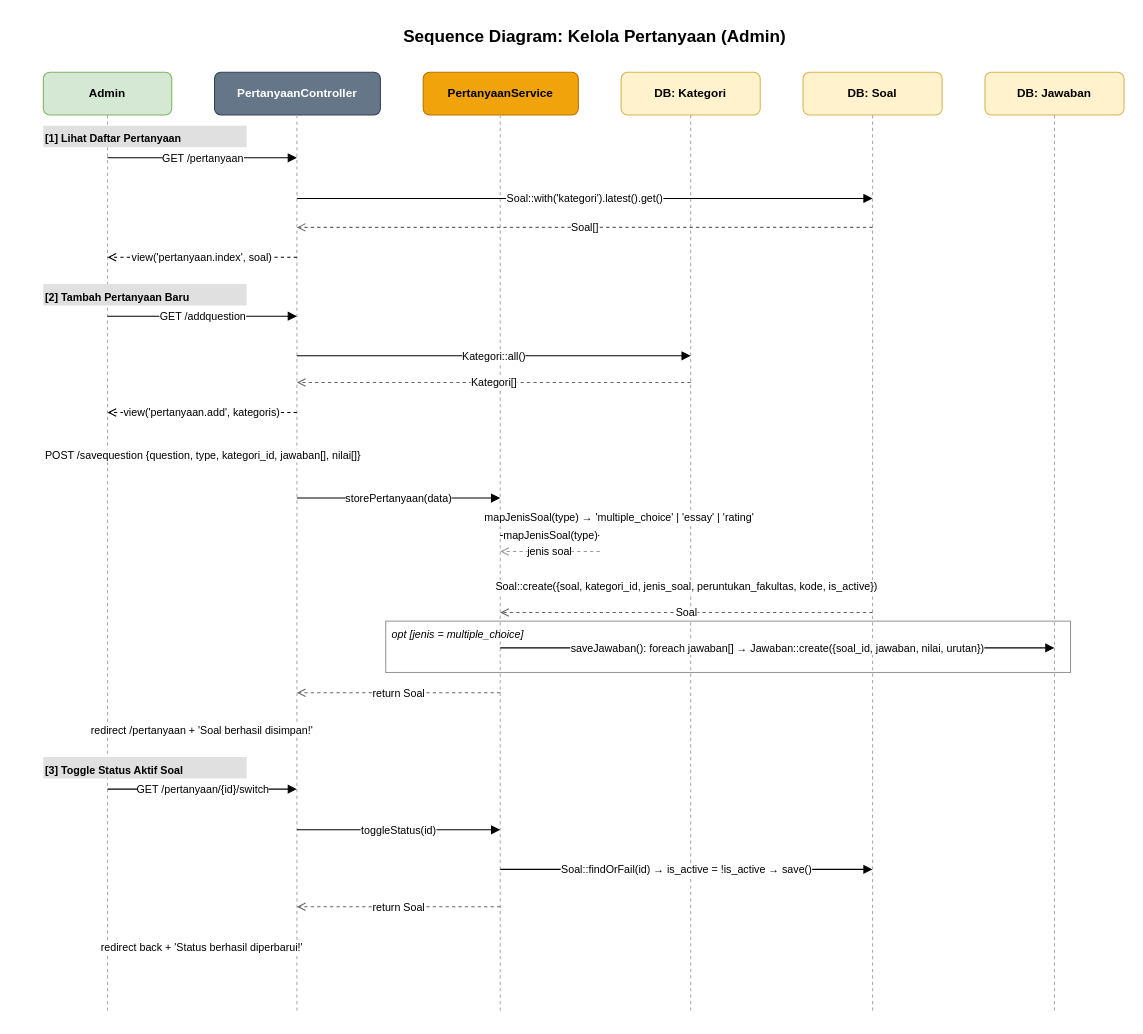
This is page "SD - Pengelolaan Pertanyaan" (4 of 5) of class-diagram.drawio from davidjuliussanjaya/spl, a draw.io file, before an edit. Source tidied: cells renumbered, new cells numbered last; positions are measured from the earlier drawing's top-left corner, leaving out a move shared by most shapes. Both pictures are drawn from the tidied source at 107%, with x=0, y=0 at pixel (43, 18).
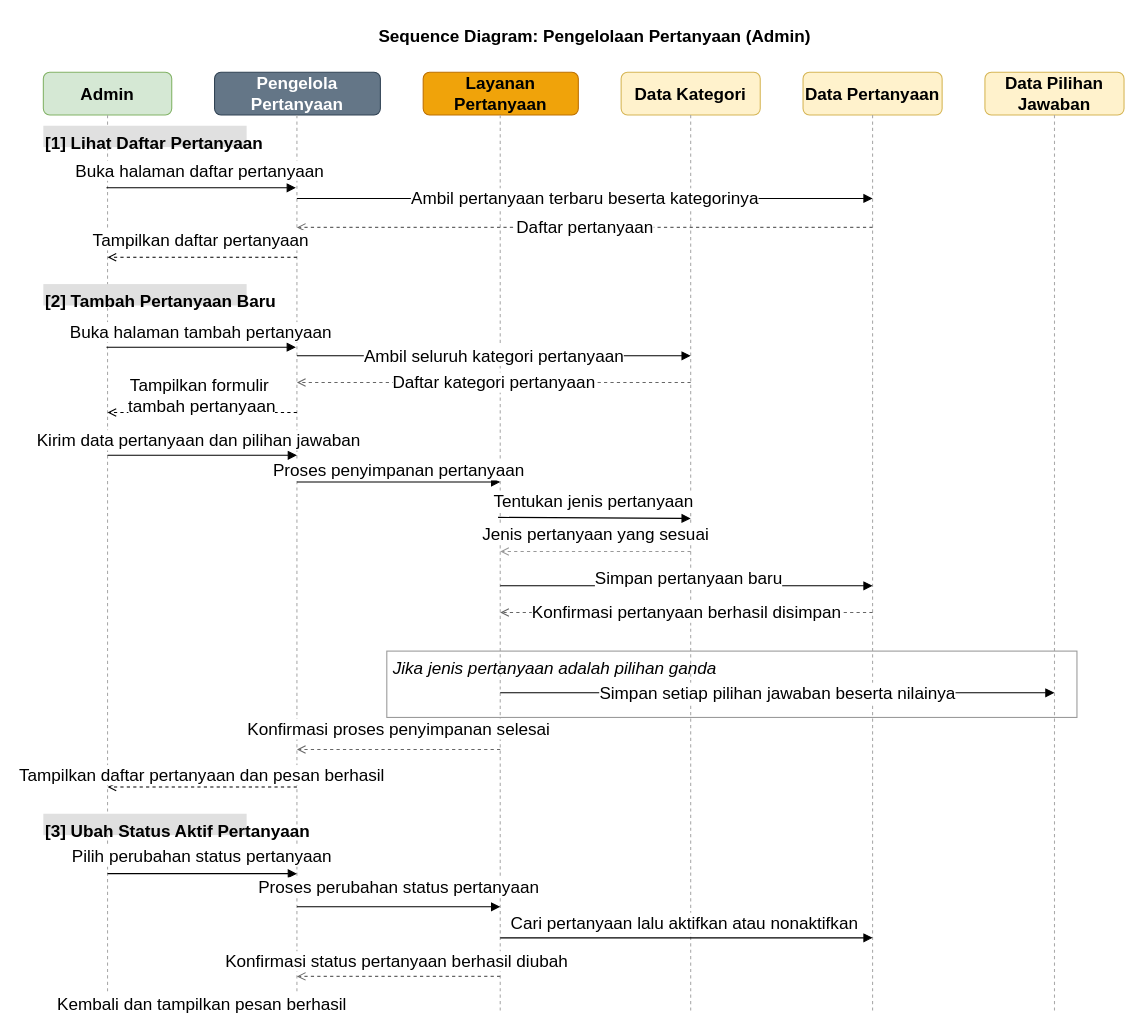
After the change.

Diff of the diagram source:
```diff
@@
-    <mxCell id="2" value="Sequence Diagram: Kelola Pertanyaan (Admin)" style="text;html=1;strokeColor=none;fillColor=none;align=center;fontSize=16;fontStyle=1;" parent="1" vertex="1">
+    <mxCell id="2" value="Sequence Diagram: Pengelolaan Pertanyaan (Admin)" style="text;html=1;strokeColor=none;fillColor=none;align=center;fontSize=16;fontStyle=1;" parent="1" vertex="1">
       <mxGeometry x="240" width="550" height="30" as="geometry" />
     </mxCell>
-    <mxCell id="3" value="Admin" style="rounded=1;whiteSpace=wrap;html=1;fillColor=#d5e8d4;strokeColor=#82b366;fontStyle=1;fontSize=11;" parent="1" vertex="1">
+    <mxCell id="3" value="Admin" style="rounded=1;whiteSpace=wrap;html=1;fillColor=#d5e8d4;strokeColor=#82b366;fontStyle=1;fontSize=16;" parent="1" vertex="1">
       <mxGeometry y="50" width="120" height="40" as="geometry" />
     </mxCell>
-    <mxCell id="4" value="PertanyaanController" style="rounded=1;whiteSpace=wrap;html=1;fillColor=#647687;fontColor=#ffffff;strokeColor=#314354;fontStyle=1;fontSize=11;" parent="1" vertex="1">
+    <mxCell id="4" value="Pengelola Pertanyaan" style="rounded=1;whiteSpace=wrap;html=1;fillColor=#647687;fontColor=#ffffff;strokeColor=#314354;fontStyle=1;fontSize=16;" parent="1" vertex="1">
       <mxGeometry x="160" y="50" width="155" height="40" as="geometry" />
     </mxCell>
-    <mxCell id="5" value="PertanyaanService" style="rounded=1;whiteSpace=wrap;html=1;fillColor=#f0a30a;fontColor=#000000;strokeColor=#BD7000;fontStyle=1;fontSize=11;" parent="1" vertex="1">
+    <mxCell id="5" value="Layanan Pertanyaan" style="rounded=1;whiteSpace=wrap;html=1;fillColor=#f0a30a;fontColor=#000000;strokeColor=#BD7000;fontStyle=1;fontSize=16;" parent="1" vertex="1">
       <mxGeometry x="355" y="50" width="145" height="40" as="geometry" />
     </mxCell>
-    <mxCell id="6" value="DB: Kategori" style="rounded=1;whiteSpace=wrap;html=1;fillColor=#fff2cc;strokeColor=#d6b656;fontStyle=1;fontSize=11;" parent="1" vertex="1">
+    <mxCell id="6" value="Data Kategori" style="rounded=1;whiteSpace=wrap;html=1;fillColor=#fff2cc;strokeColor=#d6b656;fontStyle=1;fontSize=16;" parent="1" vertex="1">
       <mxGeometry x="540" y="50" width="130" height="40" as="geometry" />
     </mxCell>
-    <mxCell id="7" value="DB: Soal" style="rounded=1;whiteSpace=wrap;html=1;fillColor=#fff2cc;strokeColor=#d6b656;fontStyle=1;fontSize=11;" parent="1" vertex="1">
+    <mxCell id="7" value="Data Pertanyaan" style="rounded=1;whiteSpace=wrap;html=1;fillColor=#fff2cc;strokeColor=#d6b656;fontStyle=1;fontSize=16;" parent="1" vertex="1">
       <mxGeometry x="710" y="50" width="130" height="40" as="geometry" />
     </mxCell>
-    <mxCell id="8" value="DB: Jawaban" style="rounded=1;whiteSpace=wrap;html=1;fillColor=#fff2cc;strokeColor=#d6b656;fontStyle=1;fontSize=11;" parent="1" vertex="1">
+    <mxCell id="8" value="Data Pilihan Jawaban" style="rounded=1;whiteSpace=wrap;html=1;fillColor=#fff2cc;strokeColor=#d6b656;fontStyle=1;fontSize=16;" parent="1" vertex="1">
       <mxGeometry x="880" y="50" width="130" height="40" as="geometry" />
     </mxCell>
-    <mxCell id="9" style="endArrow=none;dashed=1;html=1;strokeColor=#aaaaaa;" parent="1" edge="1">
+    <mxCell id="9" style="endArrow=none;dashed=1;html=1;strokeColor=#aaaaaa;fontSize=16;" parent="1" edge="1">
       <mxGeometry relative="1" as="geometry">
         <mxPoint x="60" y="90" as="sourcePoint" />
         <mxPoint x="60" y="930" as="targetPoint" />
       </mxGeometry>
     </mxCell>
-    <mxCell id="10" style="endArrow=none;dashed=1;html=1;strokeColor=#aaaaaa;" parent="1" edge="1">
+    <mxCell id="10" style="endArrow=none;dashed=1;html=1;strokeColor=#aaaaaa;fontSize=16;" parent="1" edge="1">
       <mxGeometry relative="1" as="geometry">
         <mxPoint x="237" y="90" as="sourcePoint" />
         <mxPoint x="237" y="930" as="targetPoint" />
       </mxGeometry>
     </mxCell>
-    <mxCell id="11" style="endArrow=none;dashed=1;html=1;strokeColor=#aaaaaa;" parent="1" edge="1">
+    <mxCell id="11" style="endArrow=none;dashed=1;html=1;strokeColor=#aaaaaa;fontSize=16;" parent="1" edge="1">
       <mxGeometry relative="1" as="geometry">
         <mxPoint x="427" y="90" as="sourcePoint" />
         <mxPoint x="427" y="930" as="targetPoint" />
       </mxGeometry>
     </mxCell>
-    <mxCell id="12" style="endArrow=none;dashed=1;html=1;strokeColor=#aaaaaa;" parent="1" edge="1">
+    <mxCell id="12" style="endArrow=none;dashed=1;html=1;strokeColor=#aaaaaa;fontSize=16;" parent="1" edge="1">
       <mxGeometry relative="1" as="geometry">
         <mxPoint x="605" y="90" as="sourcePoint" />
         <mxPoint x="605" y="930" as="targetPoint" />
       </mxGeometry>
     </mxCell>
-    <mxCell id="13" style="endArrow=none;dashed=1;html=1;strokeColor=#aaaaaa;" parent="1" edge="1">
+    <mxCell id="13" style="endArrow=none;dashed=1;html=1;strokeColor=#aaaaaa;fontSize=16;" parent="1" edge="1">
       <mxGeometry relative="1" as="geometry">
         <mxPoint x="775" y="90" as="sourcePoint" />
         <mxPoint x="775" y="930" as="targetPoint" />
       </mxGeometry>
     </mxCell>
-    <mxCell id="14" style="endArrow=none;dashed=1;html=1;strokeColor=#aaaaaa;" parent="1" edge="1">
+    <mxCell id="14" style="endArrow=none;dashed=1;html=1;strokeColor=#aaaaaa;fontSize=16;" parent="1" edge="1">
       <mxGeometry relative="1" as="geometry">
         <mxPoint x="945" y="90" as="sourcePoint" />
         <mxPoint x="945" y="930" as="targetPoint" />
       </mxGeometry>
     </mxCell>
-    <mxCell id="15" value="[1] Lihat Daftar Pertanyaan" style="text;html=1;strokeColor=none;fillColor=#e0e0e0;fontStyle=1;fontSize=10;align=left;" parent="1" vertex="1">
+    <mxCell id="15" value="[1] Lihat Daftar Pertanyaan" style="text;html=1;strokeColor=none;fillColor=#e0e0e0;fontStyle=1;fontSize=16;align=left;" parent="1" vertex="1">
       <mxGeometry y="100" width="190" height="20" as="geometry" />
     </mxCell>
-    <mxCell id="16" value="GET /pertanyaan" style="endArrow=block;endFill=1;fontSize=10;html=1;" parent="1" edge="1">
-      <mxGeometry relative="1" as="geometry">
-        <mxPoint x="60" y="130" as="sourcePoint" />
-        <mxPoint x="237" y="130" as="targetPoint" />
+    <mxCell id="16" value="Buka halaman daftar pertanyaan" style="endArrow=block;endFill=1;fontSize=16;html=1;" parent="1" edge="1">
+      <mxGeometry x="-0.02" y="16" relative="1" as="geometry">
+        <mxPoint x="59" y="158" as="sourcePoint" />
+        <mxPoint x="236" y="158" as="targetPoint" />
       </mxGeometry>
     </mxCell>
-    <mxCell id="17" value="Soal::with('kategori').latest().get()" style="endArrow=block;endFill=1;fontSize=10;html=1;" parent="1" edge="1">
+    <mxCell id="17" value="Ambil pertanyaan terbaru beserta kategorinya" style="endArrow=block;endFill=1;fontSize=16;html=1;" parent="1" edge="1">
       <mxGeometry relative="1" as="geometry">
         <mxPoint x="237" y="168" as="sourcePoint" />
         <mxPoint x="775" y="168" as="targetPoint" />
       </mxGeometry>
     </mxCell>
-    <mxCell id="18" value="Soal[]" style="endArrow=open;endFill=0;dashed=1;fontSize=10;html=1;strokeColor=#666666;" parent="1" edge="1">
+    <mxCell id="18" value="Daftar pertanyaan" style="endArrow=open;endFill=0;dashed=1;fontSize=16;html=1;strokeColor=#666666;" parent="1" edge="1">
       <mxGeometry relative="1" as="geometry">
         <mxPoint x="775" y="195" as="sourcePoint" />
         <mxPoint x="237" y="195" as="targetPoint" />
       </mxGeometry>
     </mxCell>
-    <mxCell id="19" value="view('pertanyaan.index', soal)" style="endArrow=open;endFill=0;dashed=1;fontSize=10;html=1;" parent="1" edge="1">
-      <mxGeometry relative="1" as="geometry">
+    <mxCell id="19" value="Tampilkan daftar pertanyaan" style="endArrow=open;endFill=0;dashed=1;fontSize=16;html=1;" parent="1" edge="1">
+      <mxGeometry x="0.02" y="-16" relative="1" as="geometry">
         <mxPoint x="237" y="223" as="sourcePoint" />
         <mxPoint x="60" y="223" as="targetPoint" />
       </mxGeometry>
     </mxCell>
-    <mxCell id="20" value="[2] Tambah Pertanyaan Baru" style="text;html=1;strokeColor=none;fillColor=#e0e0e0;fontStyle=1;fontSize=10;align=left;" parent="1" vertex="1">
+    <mxCell id="20" value="[2] Tambah Pertanyaan Baru" style="text;html=1;strokeColor=none;fillColor=#e0e0e0;fontStyle=1;fontSize=16;align=left;" parent="1" vertex="1">
       <mxGeometry y="248" width="190" height="20" as="geometry" />
     </mxCell>
-    <mxCell id="21" value="GET /addquestion" style="endArrow=block;endFill=1;fontSize=10;html=1;" parent="1" edge="1">
-      <mxGeometry relative="1" as="geometry">
-        <mxPoint x="60" y="278" as="sourcePoint" />
-        <mxPoint x="237" y="278" as="targetPoint" />
+    <mxCell id="21" value="Buka halaman tambah pertanyaan" style="endArrow=block;endFill=1;fontSize=16;html=1;" parent="1" edge="1">
+      <mxGeometry x="-0.01" y="14" relative="1" as="geometry">
+        <mxPoint x="59" y="307" as="sourcePoint" />
+        <mxPoint x="236" y="307" as="targetPoint" />
       </mxGeometry>
     </mxCell>
-    <mxCell id="22" value="Kategori::all()" style="endArrow=block;endFill=1;fontSize=10;html=1;" parent="1" edge="1">
+    <mxCell id="22" value="Ambil seluruh kategori pertanyaan" style="endArrow=block;endFill=1;fontSize=16;html=1;" parent="1" edge="1">
       <mxGeometry relative="1" as="geometry">
         <mxPoint x="237" y="315" as="sourcePoint" />
         <mxPoint x="605" y="315" as="targetPoint" />
       </mxGeometry>
     </mxCell>
-    <mxCell id="23" value="Kategori[]" style="endArrow=open;endFill=0;dashed=1;fontSize=10;html=1;strokeColor=#666666;" parent="1" edge="1">
+    <mxCell id="23" value="Daftar kategori pertanyaan" style="endArrow=open;endFill=0;dashed=1;fontSize=16;html=1;strokeColor=#666666;" parent="1" edge="1">
       <mxGeometry relative="1" as="geometry">
         <mxPoint x="605" y="340" as="sourcePoint" />
         <mxPoint x="237" y="340" as="targetPoint" />
       </mxGeometry>
     </mxCell>
-    <mxCell id="24" value="view('pertanyaan.add', kategoris)" style="endArrow=open;endFill=0;dashed=1;fontSize=10;html=1;" parent="1" edge="1">
-      <mxGeometry relative="1" as="geometry">
+    <mxCell id="24" value="Tampilkan formulir&amp;nbsp;&lt;div&gt;tambah pertanyaan&lt;/div&gt;" style="endArrow=open;endFill=0;dashed=1;fontSize=16;html=1;" parent="1" edge="1">
+      <mxGeometry x="0.01" y="-16" relative="1" as="geometry">
         <mxPoint x="237" y="368" as="sourcePoint" />
         <mxPoint x="60" y="368" as="targetPoint" />
       </mxGeometry>
     </mxCell>
-    <mxCell id="25" value="POST /savequestion {question, type, kategori_id, jawaban[], nilai[]}" style="endArrow=block;endFill=1;fontSize=10;html=1;" parent="1" edge="1">
-      <mxGeometry relative="1" as="geometry">
+    <mxCell id="25" value="Kirim data pertanyaan dan pilihan jawaban" style="endArrow=block;endFill=1;fontSize=16;html=1;labelBackgroundColor=default;" parent="1" edge="1">
+      <mxGeometry x="-0.04" y="14" relative="1" as="geometry">
         <mxPoint x="60" y="408" as="sourcePoint" />
         <mxPoint x="237" y="408" as="targetPoint" />
       </mxGeometry>
     </mxCell>
-    <mxCell id="26" value="storePertanyaan(data)" style="endArrow=block;endFill=1;fontSize=10;html=1;" parent="1" edge="1">
-      <mxGeometry relative="1" as="geometry">
-        <mxPoint x="237" y="448" as="sourcePoint" />
-        <mxPoint x="427" y="448" as="targetPoint" />
+    <mxCell id="26" value="Proses penyimpanan pertanyaan" style="endArrow=block;endFill=1;fontSize=16;html=1;" parent="1" edge="1">
+      <mxGeometry y="11" relative="1" as="geometry">
+        <mxPoint x="237" y="433" as="sourcePoint" />
+        <mxPoint x="427" y="433" as="targetPoint" />
       </mxGeometry>
     </mxCell>
-    <mxCell id="27" value="mapJenisSoal(type) → 'multiple_choice' | 'essay' | 'rating'" style="endArrow=open;endFill=0;dashed=1;fontSize=10;html=1;strokeColor=#999999;" parent="1" edge="1">
-      <mxGeometry y="112" relative="1" as="geometry">
-        <mxPoint x="427" y="478" as="sourcePoint" />
-        <mxPoint x="427" y="478" as="targetPoint" />
-        <mxPoint x="111" y="-12" as="offset" />
-      </mxGeometry>
-    </mxCell>
-    <mxCell id="28" value="mapJenisSoal(type)" style="endArrow=block;endFill=1;fontSize=10;html=1;exitX=1;exitY=0.5;" parent="1" edge="1">
-      <mxGeometry relative="1" as="geometry">
-        <mxPoint x="427" y="483" as="sourcePoint" />
-        <mxPoint x="520" y="483" as="targetPoint" />
+    <mxCell id="28" value="Tentukan jenis pertanyaan" style="endArrow=block;endFill=1;fontSize=16;html=1;exitX=1;exitY=0.5;" parent="1" edge="1">
+      <mxGeometry x="-0.01" y="15" relative="1" as="geometry">
+        <mxPoint x="425" y="466" as="sourcePoint" />
+        <mxPoint x="605" y="467" as="targetPoint" />
       </mxGeometry>
     </mxCell>
-    <mxCell id="29" value="jenis soal" style="endArrow=open;endFill=0;dashed=1;fontSize=10;html=1;strokeColor=#999999;" parent="1" edge="1">
-      <mxGeometry relative="1" as="geometry">
-        <mxPoint x="520" y="498" as="sourcePoint" />
+    <mxCell id="29" value="Jenis pertanyaan yang sesuai" style="endArrow=open;endFill=0;dashed=1;fontSize=16;html=1;strokeColor=#999999;" parent="1" edge="1">
+      <mxGeometry y="-16" relative="1" as="geometry">
+        <mxPoint x="605" y="498" as="sourcePoint" />
         <mxPoint x="427" y="498" as="targetPoint" />
       </mxGeometry>
     </mxCell>
-    <mxCell id="30" value="Soal::create({soal, kategori_id, jenis_soal, peruntukan_fakultas, kode, is_active})" style="endArrow=block;endFill=1;fontSize=10;html=1;" parent="1" edge="1">
-      <mxGeometry relative="1" as="geometry">
+    <mxCell id="30" value="Simpan pertanyaan baru" style="endArrow=block;endFill=1;fontSize=16;html=1;" parent="1" edge="1">
+      <mxGeometry x="0.01" y="7" relative="1" as="geometry">
         <mxPoint x="427" y="530" as="sourcePoint" />
         <mxPoint x="775" y="530" as="targetPoint" />
       </mxGeometry>
     </mxCell>
-    <mxCell id="31" value="Soal" style="endArrow=open;endFill=0;dashed=1;fontSize=10;html=1;strokeColor=#666666;" parent="1" edge="1">
+    <mxCell id="31" value="Konfirmasi pertanyaan berhasil disimpan" style="endArrow=open;endFill=0;dashed=1;fontSize=16;html=1;strokeColor=#666666;" parent="1" edge="1">
       <mxGeometry relative="1" as="geometry">
         <mxPoint x="775" y="555" as="sourcePoint" />
         <mxPoint x="427" y="555" as="targetPoint" />
       </mxGeometry>
     </mxCell>
-    <mxCell id="32" value="opt  [jenis = multiple_choice]" style="rounded=0;whiteSpace=wrap;html=1;fillColor=none;strokeColor=#999999;verticalAlign=top;align=left;spacingLeft=4;fontSize=10;fontStyle=2;" parent="1" vertex="1">
-      <mxGeometry x="320" y="563" width="640" height="48" as="geometry" />
+    <mxCell id="32" value="Jika jenis pertanyaan adalah pilihan ganda" style="rounded=0;whiteSpace=wrap;html=1;fillColor=none;strokeColor=#999999;verticalAlign=top;align=left;spacingLeft=4;fontSize=16;fontStyle=2;" parent="1" vertex="1">
+      <mxGeometry x="321" y="591" width="645" height="62" as="geometry" />
     </mxCell>
-    <mxCell id="33" value="saveJawaban(): foreach jawaban[] → Jawaban::create({soal_id, jawaban, nilai, urutan})" style="endArrow=block;endFill=1;fontSize=10;html=1;" parent="1" edge="1">
+    <mxCell id="33" value="Simpan setiap pilihan jawaban beserta nilainya" style="endArrow=block;endFill=1;fontSize=16;html=1;" parent="1" edge="1">
       <mxGeometry relative="1" as="geometry">
-        <mxPoint x="427" y="588" as="sourcePoint" />
-        <mxPoint x="945" y="588" as="targetPoint" />
+        <mxPoint x="427" y="630" as="sourcePoint" />
+        <mxPoint x="945" y="630" as="targetPoint" />
       </mxGeometry>
     </mxCell>
-    <mxCell id="34" value="return Soal" style="endArrow=open;endFill=0;dashed=1;fontSize=10;html=1;strokeColor=#666666;" parent="1" edge="1">
-      <mxGeometry relative="1" as="geometry">
-        <mxPoint x="427" y="630" as="sourcePoint" />
-        <mxPoint x="237" y="630" as="targetPoint" />
+    <mxCell id="34" value="Konfirmasi proses penyimpanan selesai" style="endArrow=open;endFill=0;dashed=1;fontSize=16;html=1;strokeColor=#666666;" parent="1" edge="1">
+      <mxGeometry y="-19" relative="1" as="geometry">
+        <mxPoint x="427" y="683" as="sourcePoint" />
+        <mxPoint x="237" y="683" as="targetPoint" />
       </mxGeometry>
     </mxCell>
-    <mxCell id="35" value="redirect /pertanyaan + 'Soal berhasil disimpan!'" style="endArrow=open;endFill=0;dashed=1;fontSize=10;html=1;" parent="1" edge="1">
-      <mxGeometry relative="1" as="geometry">
-        <mxPoint x="237" y="665" as="sourcePoint" />
-        <mxPoint x="60" y="665" as="targetPoint" />
+    <mxCell id="35" value="Tampilkan daftar pertanyaan dan pesan berhasil" style="endArrow=open;endFill=0;dashed=1;fontSize=16;html=1;" parent="1" edge="1">
+      <mxGeometry x="0.01" y="-11" relative="1" as="geometry">
+        <mxPoint x="237" y="718" as="sourcePoint" />
+        <mxPoint x="60" y="718" as="targetPoint" />
       </mxGeometry>
     </mxCell>
-    <mxCell id="36" value="[3] Toggle Status Aktif Soal" style="text;html=1;strokeColor=none;fillColor=#e0e0e0;fontStyle=1;fontSize=10;align=left;" parent="1" vertex="1">
-      <mxGeometry y="690" width="190" height="20" as="geometry" />
+    <mxCell id="36" value="[3] Ubah Status Aktif Pertanyaan" style="text;html=1;strokeColor=none;fillColor=#e0e0e0;fontStyle=1;fontSize=16;align=left;" parent="1" vertex="1">
+      <mxGeometry y="743" width="190" height="20" as="geometry" />
     </mxCell>
-    <mxCell id="37" value="GET /pertanyaan/{id}/switch" style="endArrow=block;endFill=1;fontSize=10;html=1;" parent="1" edge="1">
-      <mxGeometry relative="1" as="geometry">
-        <mxPoint x="60" y="720" as="sourcePoint" />
-        <mxPoint x="237" y="720" as="targetPoint" />
+    <mxCell id="37" value="Pilih perubahan status pertanyaan" style="endArrow=block;endFill=1;fontSize=16;html=1;" parent="1" edge="1">
+      <mxGeometry x="-0.01" y="16" relative="1" as="geometry">
+        <mxPoint x="60" y="799" as="sourcePoint" />
+        <mxPoint x="237" y="799" as="targetPoint" />
       </mxGeometry>
     </mxCell>
-    <mxCell id="38" value="toggleStatus(id)" style="endArrow=block;endFill=1;fontSize=10;html=1;" parent="1" edge="1">
-      <mxGeometry relative="1" as="geometry">
-        <mxPoint x="237" y="758" as="sourcePoint" />
-        <mxPoint x="427" y="758" as="targetPoint" />
+    <mxCell id="38" value="Proses perubahan status pertanyaan" style="endArrow=block;endFill=1;fontSize=16;html=1;" parent="1" edge="1">
+      <mxGeometry y="18" relative="1" as="geometry">
+        <mxPoint x="237" y="830" as="sourcePoint" />
+        <mxPoint x="427" y="830" as="targetPoint" />
       </mxGeometry>
     </mxCell>
-    <mxCell id="39" value="Soal::findOrFail(id) → is_active = !is_active → save()" style="endArrow=block;endFill=1;fontSize=10;html=1;" parent="1" edge="1">
-      <mxGeometry relative="1" as="geometry">
-        <mxPoint x="427" y="795" as="sourcePoint" />
-        <mxPoint x="775" y="795" as="targetPoint" />
+    <mxCell id="39" value="Cari pertanyaan lalu aktifkan atau nonaktifkan" style="endArrow=block;endFill=1;fontSize=16;html=1;" parent="1" edge="1">
+      <mxGeometry x="-0.01" y="14" relative="1" as="geometry">
+        <mxPoint x="427" y="859" as="sourcePoint" />
+        <mxPoint x="775" y="859" as="targetPoint" />
       </mxGeometry>
     </mxCell>
-    <mxCell id="40" value="return Soal" style="endArrow=open;endFill=0;dashed=1;fontSize=10;html=1;strokeColor=#666666;" parent="1" edge="1">
-      <mxGeometry relative="1" as="geometry">
-        <mxPoint x="427" y="830" as="sourcePoint" />
-        <mxPoint x="237" y="830" as="targetPoint" />
+    <mxCell id="40" value="Konfirmasi status pertanyaan berhasil diubah" style="endArrow=open;endFill=0;dashed=1;fontSize=16;html=1;strokeColor=#666666;" parent="1" edge="1">
+      <mxGeometry x="0.02" y="-14" relative="1" as="geometry">
+        <mxPoint x="427" y="895" as="sourcePoint" />
+        <mxPoint x="237" y="895" as="targetPoint" />
       </mxGeometry>
     </mxCell>
-    <mxCell id="41" value="redirect back + 'Status berhasil diperbarui!'" style="endArrow=open;endFill=0;dashed=1;fontSize=10;html=1;" parent="1" edge="1">
+    <mxCell id="41" value="Kembali dan tampilkan pesan berhasil" style="endArrow=open;endFill=0;dashed=1;fontSize=16;html=1;" parent="1" edge="1">
       <mxGeometry relative="1" as="geometry">
-        <mxPoint x="237" y="868" as="sourcePoint" />
-        <mxPoint x="60" y="868" as="targetPoint" />
+        <mxPoint x="237" y="921" as="sourcePoint" />
+        <mxPoint x="60" y="921" as="targetPoint" />
       </mxGeometry>
     </mxCell>
```
